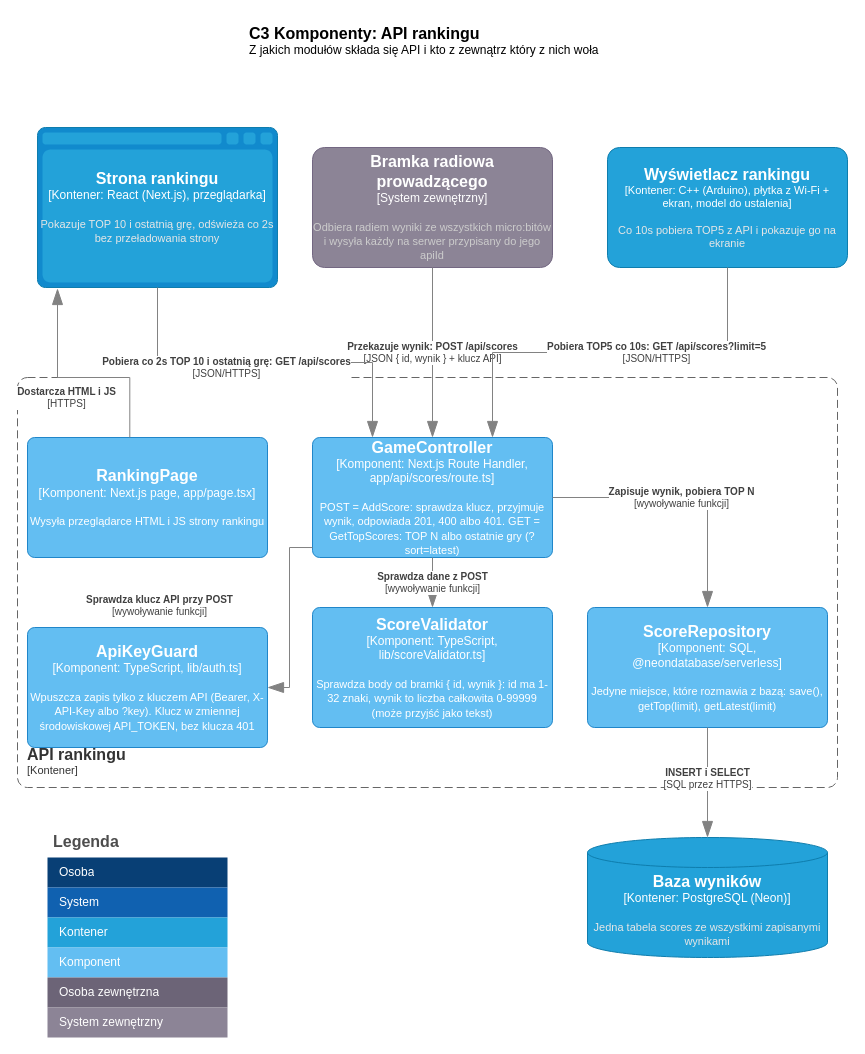
Earlier version of the draw.io diagram page "C3 Komponenty API" (3 of 4) of docs/c4-ranking.drawio (Damikk19/Sem5_JiPP). Source tidied: cells renumbered, new cells numbered last; positions are measured from the earlier drawing's top-left corner, leaving out a move shared by most shapes. Both pictures are drawn from the tidied source at 100%, with x=0, y=0 at pixel (17, 17).
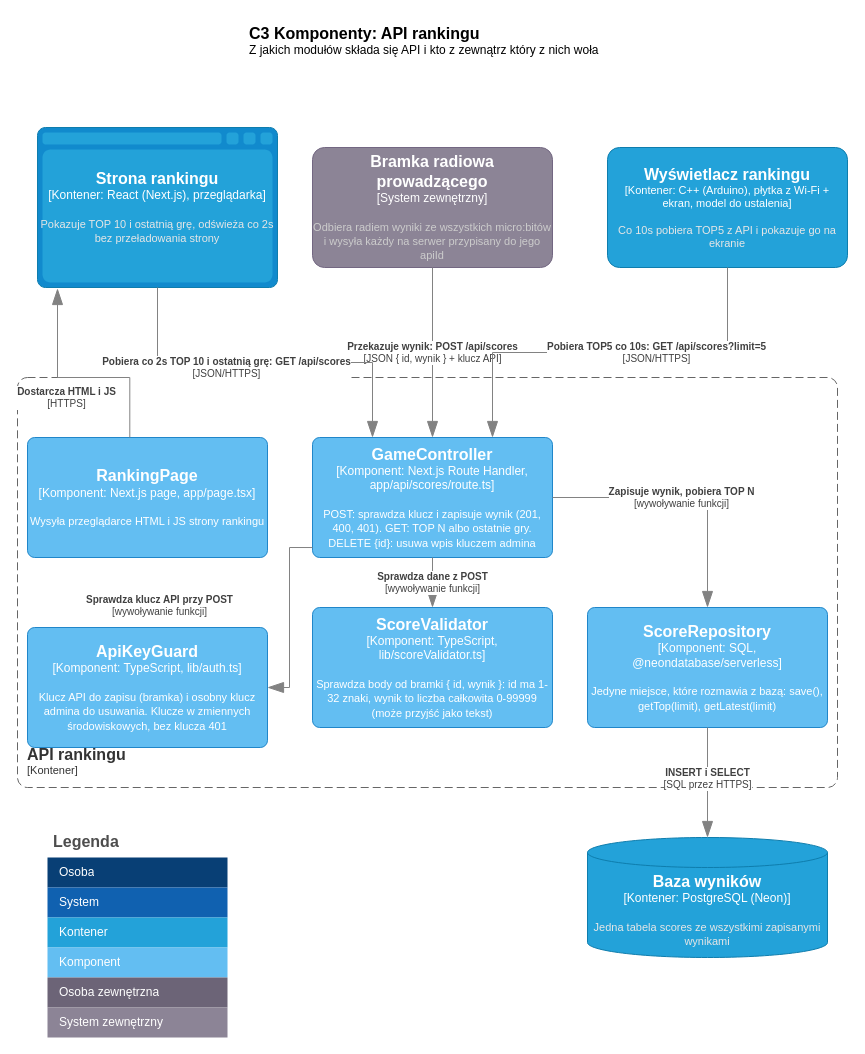
Above is the later version.

The edit, as a diff of the source:
```diff
@@
-    <object id="7" label="&lt;font style=&quot;font-size: 16px&quot;&gt;&lt;b&gt;%c4Name%&lt;/b&gt;&lt;/font&gt;&lt;div&gt;[%c4Type%: %c4Technology%]&lt;/div&gt;&lt;br&gt;&lt;div&gt;&lt;font style=&quot;font-size: 11px&quot;&gt;%c4Description%&lt;/font&gt;&lt;/div&gt;" c4Description="POST = AddScore: sprawdza klucz, przyjmuje wynik, odpowiada 201, 400 albo 401. GET = GetTopScores: TOP N albo ostatnie gry (?sort=latest)" c4Name="GameController" c4Technology="Next.js Route Handler, app/api/scores/route.ts" c4Type="Komponent" placeholders="1">
+    <object id="7" label="&lt;font style=&quot;font-size: 16px&quot;&gt;&lt;b&gt;%c4Name%&lt;/b&gt;&lt;/font&gt;&lt;div&gt;[%c4Type%: %c4Technology%]&lt;/div&gt;&lt;br&gt;&lt;div&gt;&lt;font style=&quot;font-size: 11px&quot;&gt;%c4Description%&lt;/font&gt;&lt;/div&gt;" c4Description="POST: sprawdza klucz i zapisuje wynik (201, 400, 401). GET: TOP N albo ostatnie gry. DELETE {id}: usuwa wpis kluczem admina" c4Name="GameController" c4Technology="Next.js Route Handler, app/api/scores/route.ts" c4Type="Komponent" placeholders="1">
       <mxCell style="rounded=1;whiteSpace=wrap;html=1;labelBackgroundColor=none;fillColor=#63BEF2;fontColor=#ffffff;align=center;arcSize=6;strokeColor=#2086C9;points=[[0.25,0,0],[0.5,0,0],[0.75,0,0],[1,0.25,0],[1,0.5,0],[1,0.75,0],[0.75,1,0],[0.5,1,0],[0.25,1,0],[0,0.75,0],[0,0.5,0],[0,0.25,0]];" parent="1" vertex="1">
         <mxGeometry x="295" y="420" width="240" height="120" as="geometry" />
       </mxCell>
     </object>
@@
-    <object id="30" label="&lt;font style=&quot;font-size: 16px&quot;&gt;&lt;b&gt;%c4Name%&lt;/b&gt;&lt;/font&gt;&lt;div&gt;[%c4Type%: %c4Technology%]&lt;/div&gt;&lt;br&gt;&lt;div&gt;&lt;font style=&quot;font-size: 11px&quot;&gt;%c4Description%&lt;/font&gt;&lt;/div&gt;" c4Description="Wpuszcza zapis tylko z kluczem API (Bearer, X-API-Key albo ?key). Klucz w zmiennej środowiskowej API_TOKEN, bez klucza 401" c4Name="ApiKeyGuard" c4Technology="TypeScript, lib/auth.ts" c4Type="Komponent" placeholders="1">
+    <object id="30" label="&lt;font style=&quot;font-size: 16px&quot;&gt;&lt;b&gt;%c4Name%&lt;/b&gt;&lt;/font&gt;&lt;div&gt;[%c4Type%: %c4Technology%]&lt;/div&gt;&lt;br&gt;&lt;div&gt;&lt;font style=&quot;font-size: 11px&quot;&gt;%c4Description%&lt;/font&gt;&lt;/div&gt;" c4Description="Klucz API do zapisu (bramka) i osobny klucz admina do usuwania. Klucze w zmiennych środowiskowych, bez klucza 401" c4Name="ApiKeyGuard" c4Technology="TypeScript, lib/auth.ts" c4Type="Komponent" placeholders="1">
       <mxCell style="rounded=1;whiteSpace=wrap;html=1;labelBackgroundColor=none;fillColor=#63BEF2;fontColor=#ffffff;align=center;arcSize=6;strokeColor=#2086C9;points=[[0.25,0,0],[0.5,0,0],[0.75,0,0],[1,0.25,0],[1,0.5,0],[1,0.75,0],[0.75,1,0],[0.5,1,0],[0.25,1,0],[0,0.75,0],[0,0.5,0],[0,0.25,0]];" parent="1" vertex="1">
         <mxGeometry x="10" y="610" width="240" height="120" as="geometry" />
       </mxCell>
     </object>
```
